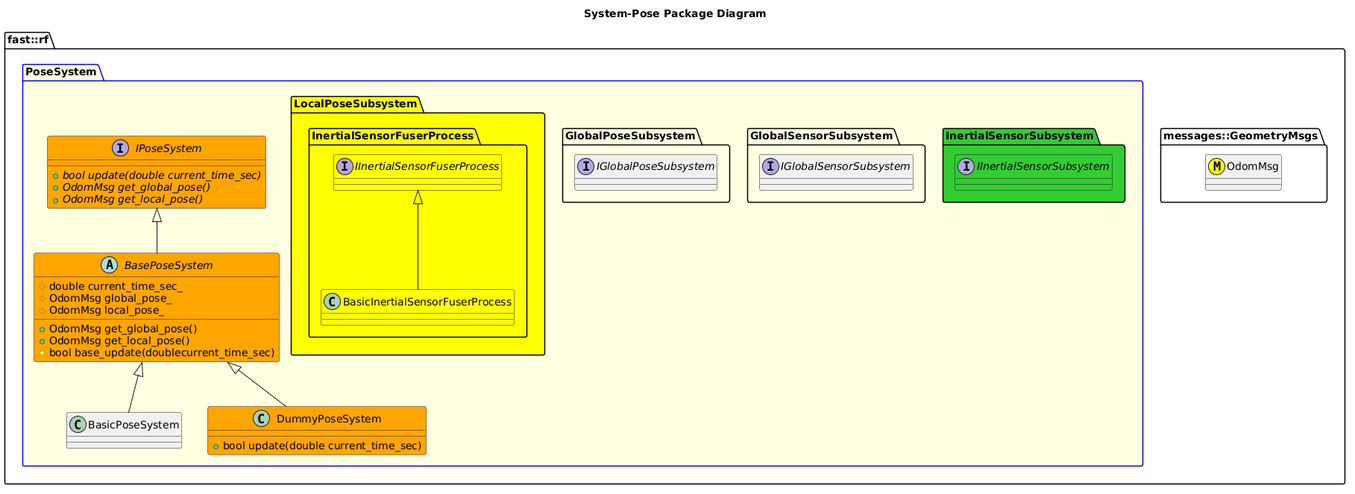
Earlier version of the PlantUML export Systems/Pose/doc/puml/SystemPosePackageDiagram.png (fastrobotics/robot_framework).
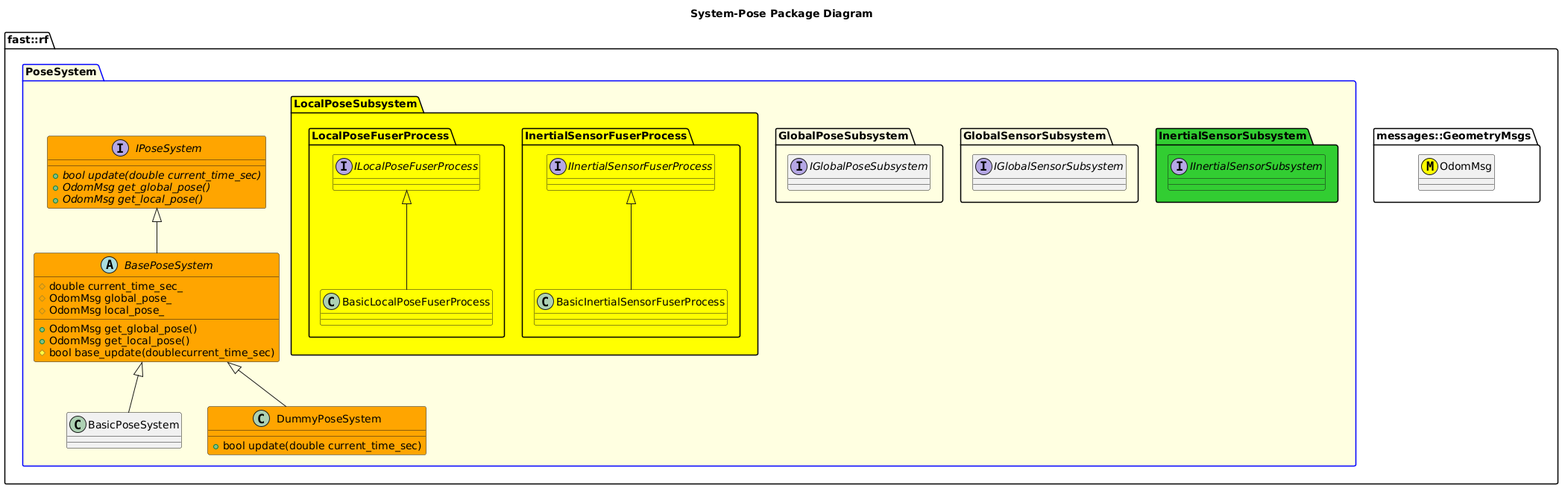
Above is the later version.

The edit, as a diff of the source:
```diff
@@ -22,6 +22,11 @@
         class BasicInertialSensorFuserProcess #Yellow {}
         BasicInertialSensorFuserProcess -up-|> IInertialSensorFuserProcess
 
+      }
+      namespace LocalPoseFuserProcess #Yellow {
+        interface ILocalPoseFuserProcess #Yellow {}
+        class BasicLocalPoseFuserProcess #Yellow {}
+        BasicLocalPoseFuserProcess -up-|> ILocalPoseFuserProcess
       }
     }
 
```
